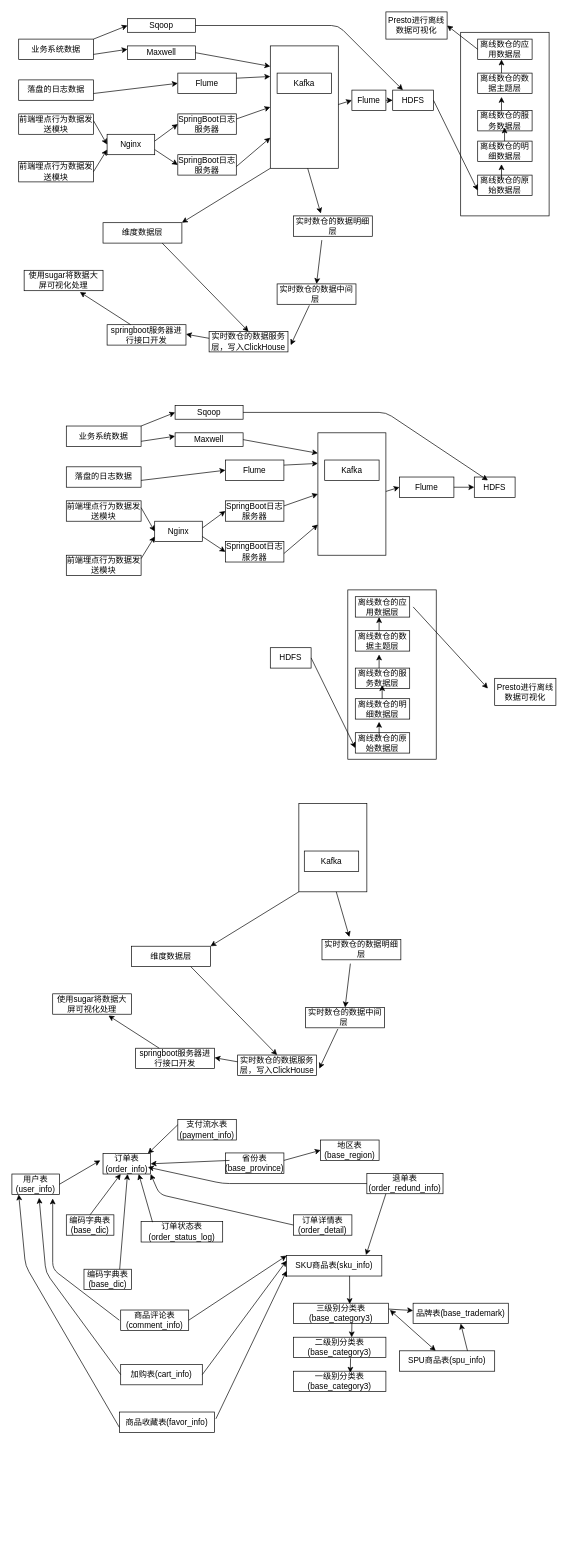
This is Untitled Diagram.drawio from kiedeng/Waking-Up, a draw.io file, before an edit. Source tidied: cells renumbered, new cells numbered last; positions are measured from the earlier drawing's top-left corner, leaving out a move shared by most shapes. Both pictures are drawn from the tidied source at 68%, with x=0, y=0 at pixel (12, 12).
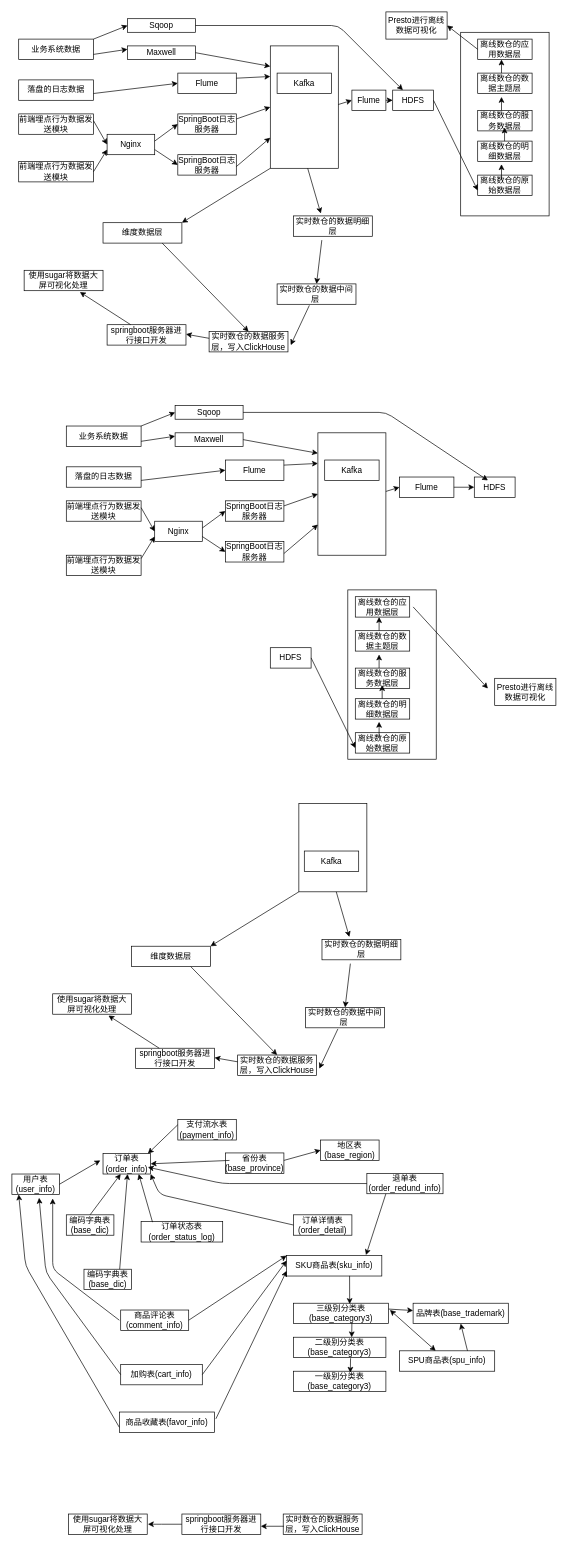
The same diagram, later.

What changed in the source:
```diff
@@
+    <mxCell id="155" value="实时数仓的数据服务层，写入ClickHouse" style="rounded=0;whiteSpace=wrap;html=1;fontFamily=楷体;" parent="1" vertex="1">
+      <mxGeometry x="399" y="2209" width="116" height="30" as="geometry" />
+    </mxCell>
+    <mxCell id="156" value="springboot服务器进行接口开发" style="rounded=0;whiteSpace=wrap;html=1;fontFamily=楷体;" parent="1" vertex="1">
+      <mxGeometry x="250" y="2209" width="116" height="30" as="geometry" />
+    </mxCell>
+    <mxCell id="157" value="使用sugar将数据大屏可视化处理" style="rounded=0;whiteSpace=wrap;html=1;fontFamily=楷体;" parent="1" vertex="1">
+      <mxGeometry x="83" y="2209" width="116" height="30" as="geometry" />
+    </mxCell>
+    <mxCell id="158" style="endArrow=classic;html=1;fontFamily=楷体;" parent="1" edge="1">
+      <mxGeometry relative="1" as="geometry">
+        <mxPoint x="400" y="2227" as="sourcePoint" />
+        <mxPoint x="366" y="2227" as="targetPoint" />
+      </mxGeometry>
+    </mxCell>
+    <mxCell id="159" style="endArrow=classic;html=1;fontFamily=楷体;" parent="1" edge="1" source="156">
+      <mxGeometry relative="1" as="geometry">
+        <mxPoint x="200" y="2224" as="targetPoint" />
+        <Array as="points">
+          <mxPoint x="210" y="2224" />
+        </Array>
+      </mxGeometry>
+    </mxCell>
```
